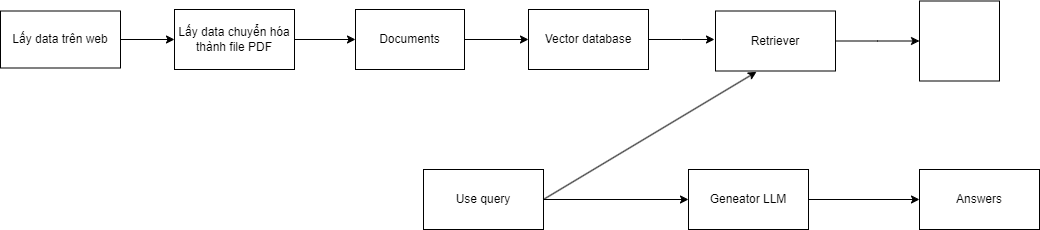
Above: image/ID_RAG.png in PhamVanHung412004/Building_a_RAG_system_to_ask_and_answer_basic_AI_questions (draw.io), before the change. Source tidied: cells renumbered, new cells last; positions are measured from the earlier drawing's top-left corner, leaving out a move shared by most shapes. The source it was exported from:
```xml
<mxGraphModel>
  <root>
    <mxCell id="0" />
    <mxCell id="1" parent="0" />
    <mxCell id="2" style="edgeStyle=orthogonalEdgeStyle;rounded=0;jettySize=auto;html=1;" parent="1" edge="1" source="3" target="5">
      <mxGeometry relative="1" as="geometry" />
    </mxCell>
    <mxCell id="3" value="Documents" style="rounded=0;whiteSpace=wrap;html=1;" parent="1" vertex="1">
      <mxGeometry x="355" y="8" width="109" height="60" as="geometry" />
    </mxCell>
    <mxCell id="4" style="edgeStyle=orthogonalEdgeStyle;rounded=0;jettySize=auto;html=1;exitX=1;exitY=0.5;exitDx=0;exitDy=0;" parent="1" edge="1" source="5">
      <mxGeometry relative="1" as="geometry">
        <mxPoint x="714" y="38" as="targetPoint" />
      </mxGeometry>
    </mxCell>
    <mxCell id="5" value="Vector database" style="rounded=0;whiteSpace=wrap;html=1;" parent="1" vertex="1">
      <mxGeometry x="528" y="8" width="120" height="60" as="geometry" />
    </mxCell>
    <mxCell id="6" style="edgeStyle=orthogonalEdgeStyle;rounded=0;jettySize=auto;html=1;exitX=1;exitY=0.5;exitDx=0;exitDy=0;entryX=0;entryY=0.5;entryDx=0;entryDy=0;" parent="1" edge="1" source="7">
      <mxGeometry relative="1" as="geometry">
        <mxPoint x="919" y="39.5" as="targetPoint" />
      </mxGeometry>
    </mxCell>
    <mxCell id="7" value="Retriever" style="whiteSpace=wrap;html=1;" parent="1" vertex="1">
      <mxGeometry x="715" y="9.5" width="120" height="60" as="geometry" />
    </mxCell>
    <mxCell id="8" style="edgeStyle=orthogonalEdgeStyle;rounded=0;jettySize=auto;html=1;exitX=1;exitY=0.5;exitDx=0;exitDy=0;" parent="1" edge="1" source="9" target="12">
      <mxGeometry relative="1" as="geometry" />
    </mxCell>
    <mxCell id="9" value="Use query" style="whiteSpace=wrap;html=1;" parent="1" vertex="1">
      <mxGeometry x="423" y="168" width="120" height="60" as="geometry" />
    </mxCell>
    <mxCell id="10" style="endArrow=classic;html=1;rounded=0;entryX=0.342;entryY=1.014;entryDx=0;entryDy=0;entryPerimeter=0;" parent="1" edge="1" target="7">
      <mxGeometry relative="1" as="geometry">
        <mxPoint x="543" y="197.9" as="sourcePoint" />
      </mxGeometry>
    </mxCell>
    <mxCell id="11" style="edgeStyle=orthogonalEdgeStyle;rounded=0;jettySize=auto;html=1;exitX=1;exitY=0.5;exitDx=0;exitDy=0;entryX=0;entryY=0.5;entryDx=0;entryDy=0;" parent="1" edge="1" source="12" target="13">
      <mxGeometry relative="1" as="geometry" />
    </mxCell>
    <mxCell id="12" value="Geneator LLM" style="whiteSpace=wrap;html=1;" parent="1" vertex="1">
      <mxGeometry x="688" y="168" width="120" height="60" as="geometry" />
    </mxCell>
    <mxCell id="13" value="Answers" style="whiteSpace=wrap;html=1;" parent="1" vertex="1">
      <mxGeometry x="919" y="168" width="120" height="60" as="geometry" />
    </mxCell>
    <mxCell id="14" style="edgeStyle=orthogonalEdgeStyle;rounded=0;jettySize=auto;html=1;exitX=1;exitY=0.5;exitDx=0;exitDy=0;entryX=0;entryY=0.5;entryDx=0;entryDy=0;" parent="1" edge="1" source="15">
      <mxGeometry relative="1" as="geometry">
        <mxPoint x="355" y="38" as="targetPoint" />
      </mxGeometry>
    </mxCell>
    <mxCell id="15" value="Lấy data chuyển hóa thành file PDF" style="rounded=0;whiteSpace=wrap;html=1;" parent="1" vertex="1">
      <mxGeometry x="174" y="8" width="120" height="60" as="geometry" />
    </mxCell>
    <mxCell id="16" style="edgeStyle=orthogonalEdgeStyle;rounded=0;jettySize=auto;html=1;exitX=1;exitY=0.5;exitDx=0;exitDy=0;entryX=0;entryY=0.5;entryDx=0;entryDy=0;" parent="1" edge="1" source="17" target="15">
      <mxGeometry relative="1" as="geometry" />
    </mxCell>
    <mxCell id="17" value="Lấy data trên web" style="rounded=0;whiteSpace=wrap;html=1;" parent="1" vertex="1">
      <mxGeometry y="9.5" width="120" height="57" as="geometry" />
    </mxCell>
    <mxCell id="18" style="whiteSpace=wrap;html=1;" parent="1" vertex="1">
      <mxGeometry x="919" y="-0.5" width="80" height="80" as="geometry" />
    </mxCell>
  </root>
</mxGraphModel>
```
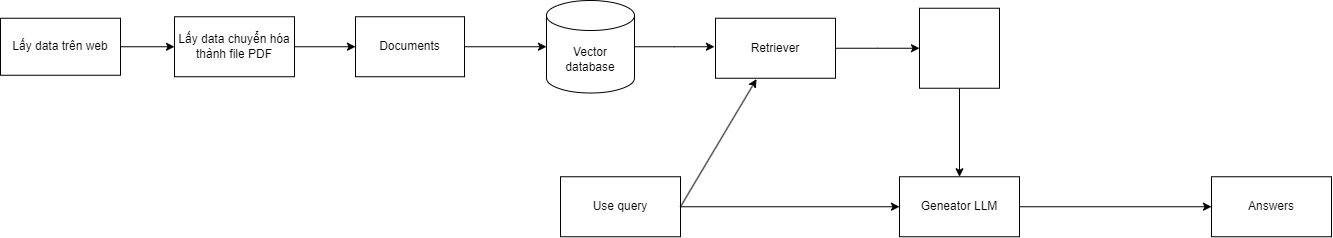
Later version of the same file.

Change to the diagram source:
```diff
@@ -2,64 +2,65 @@
   <root>
     <mxCell id="0" />
     <mxCell id="1" parent="0" />
-    <mxCell id="2" style="edgeStyle=orthogonalEdgeStyle;rounded=0;jettySize=auto;html=1;" parent="1" edge="1" source="3" target="5">
+    <mxCell id="2" style="edgeStyle=orthogonalEdgeStyle;rounded=0;jettySize=auto;html=1;entryX=0;entryY=0.5;entryDx=0;entryDy=0;entryPerimeter=0;" parent="1" edge="1" source="3" target="5">
       <mxGeometry relative="1" as="geometry" />
     </mxCell>
     <mxCell id="3" value="Documents" style="rounded=0;whiteSpace=wrap;html=1;" parent="1" vertex="1">
-      <mxGeometry x="355" y="8" width="109" height="60" as="geometry" />
+      <mxGeometry x="776" y="875.2" width="109" height="60" as="geometry" />
     </mxCell>
-    <mxCell id="4" style="edgeStyle=orthogonalEdgeStyle;rounded=0;jettySize=auto;html=1;exitX=1;exitY=0.5;exitDx=0;exitDy=0;" parent="1" edge="1" source="5">
+    <mxCell id="4" style="edgeStyle=orthogonalEdgeStyle;rounded=0;jettySize=auto;html=1;exitX=1;exitY=0.5;exitDx=0;exitDy=0;exitPerimeter=0;" parent="1" edge="1" source="5">
       <mxGeometry relative="1" as="geometry">
-        <mxPoint x="714" y="38" as="targetPoint" />
+        <mxPoint x="1135" y="905.2" as="targetPoint" />
       </mxGeometry>
     </mxCell>
-    <mxCell id="5" value="Vector database" style="rounded=0;whiteSpace=wrap;html=1;" parent="1" vertex="1">
-      <mxGeometry x="528" y="8" width="120" height="60" as="geometry" />
-    </mxCell>
     <mxCell id="6" style="edgeStyle=orthogonalEdgeStyle;rounded=0;jettySize=auto;html=1;exitX=1;exitY=0.5;exitDx=0;exitDy=0;entryX=0;entryY=0.5;entryDx=0;entryDy=0;" parent="1" edge="1" source="7">
       <mxGeometry relative="1" as="geometry">
-        <mxPoint x="919" y="39.5" as="targetPoint" />
+        <mxPoint x="1340" y="906.8" as="targetPoint" />
       </mxGeometry>
     </mxCell>
     <mxCell id="7" value="Retriever" style="whiteSpace=wrap;html=1;" parent="1" vertex="1">
-      <mxGeometry x="715" y="9.5" width="120" height="60" as="geometry" />
+      <mxGeometry x="1136" y="876.8" width="120" height="60" as="geometry" />
     </mxCell>
     <mxCell id="8" style="edgeStyle=orthogonalEdgeStyle;rounded=0;jettySize=auto;html=1;exitX=1;exitY=0.5;exitDx=0;exitDy=0;" parent="1" edge="1" source="9" target="12">
       <mxGeometry relative="1" as="geometry" />
     </mxCell>
     <mxCell id="9" value="Use query" style="whiteSpace=wrap;html=1;" parent="1" vertex="1">
-      <mxGeometry x="423" y="168" width="120" height="60" as="geometry" />
+      <mxGeometry x="981" y="1035.2" width="120" height="60" as="geometry" />
     </mxCell>
-    <mxCell id="10" style="endArrow=classic;html=1;rounded=0;entryX=0.342;entryY=1.014;entryDx=0;entryDy=0;entryPerimeter=0;" parent="1" edge="1" target="7">
-      <mxGeometry relative="1" as="geometry">
-        <mxPoint x="543" y="197.9" as="sourcePoint" />
-      </mxGeometry>
+    <mxCell id="10" style="endArrow=classic;html=1;rounded=0;entryX=0.342;entryY=1.014;entryDx=0;entryDy=0;entryPerimeter=0;exitX=1;exitY=0.5;exitDx=0;exitDy=0;" parent="1" edge="1" source="9" target="7">
+      <mxGeometry relative="1" as="geometry" />
     </mxCell>
     <mxCell id="11" style="edgeStyle=orthogonalEdgeStyle;rounded=0;jettySize=auto;html=1;exitX=1;exitY=0.5;exitDx=0;exitDy=0;entryX=0;entryY=0.5;entryDx=0;entryDy=0;" parent="1" edge="1" source="12" target="13">
       <mxGeometry relative="1" as="geometry" />
     </mxCell>
     <mxCell id="12" value="Geneator LLM" style="whiteSpace=wrap;html=1;" parent="1" vertex="1">
-      <mxGeometry x="688" y="168" width="120" height="60" as="geometry" />
+      <mxGeometry x="1320" y="1035.2" width="120" height="60" as="geometry" />
     </mxCell>
     <mxCell id="13" value="Answers" style="whiteSpace=wrap;html=1;" parent="1" vertex="1">
-      <mxGeometry x="919" y="168" width="120" height="60" as="geometry" />
+      <mxGeometry x="1632" y="1035.2" width="120" height="60" as="geometry" />
     </mxCell>
     <mxCell id="14" style="edgeStyle=orthogonalEdgeStyle;rounded=0;jettySize=auto;html=1;exitX=1;exitY=0.5;exitDx=0;exitDy=0;entryX=0;entryY=0.5;entryDx=0;entryDy=0;" parent="1" edge="1" source="15">
       <mxGeometry relative="1" as="geometry">
-        <mxPoint x="355" y="38" as="targetPoint" />
+        <mxPoint x="776" y="905.2" as="targetPoint" />
       </mxGeometry>
     </mxCell>
     <mxCell id="15" value="Lấy data chuyển hóa thành file PDF" style="rounded=0;whiteSpace=wrap;html=1;" parent="1" vertex="1">
-      <mxGeometry x="174" y="8" width="120" height="60" as="geometry" />
+      <mxGeometry x="595" y="875.2" width="120" height="60" as="geometry" />
     </mxCell>
     <mxCell id="16" style="edgeStyle=orthogonalEdgeStyle;rounded=0;jettySize=auto;html=1;exitX=1;exitY=0.5;exitDx=0;exitDy=0;entryX=0;entryY=0.5;entryDx=0;entryDy=0;" parent="1" edge="1" source="17" target="15">
       <mxGeometry relative="1" as="geometry" />
     </mxCell>
     <mxCell id="17" value="Lấy data trên web" style="rounded=0;whiteSpace=wrap;html=1;" parent="1" vertex="1">
-      <mxGeometry y="9.5" width="120" height="57" as="geometry" />
+      <mxGeometry x="421" y="876.8" width="120" height="57" as="geometry" />
     </mxCell>
+    <mxCell id="19" style="edgeStyle=orthogonalEdgeStyle;rounded=0;jettySize=auto;html=1;" parent="1" edge="1" source="18" target="12">
+      <mxGeometry relative="1" as="geometry" />
+    </mxCell>
     <mxCell id="18" style="whiteSpace=wrap;html=1;" parent="1" vertex="1">
-      <mxGeometry x="919" y="-0.5" width="80" height="80" as="geometry" />
+      <mxGeometry x="1340" y="866.8" width="80" height="80" as="geometry" />
     </mxCell>
+    <mxCell id="5" value="Vector database" style="shape=cylinder3;whiteSpace=wrap;html=1;boundedLbl=1;backgroundOutline=1;size=15;" parent="1" vertex="1">
+      <mxGeometry x="967" y="859" width="88" height="92.5" as="geometry" />
+    </mxCell>
   </root>
 </mxGraphModel>
```
